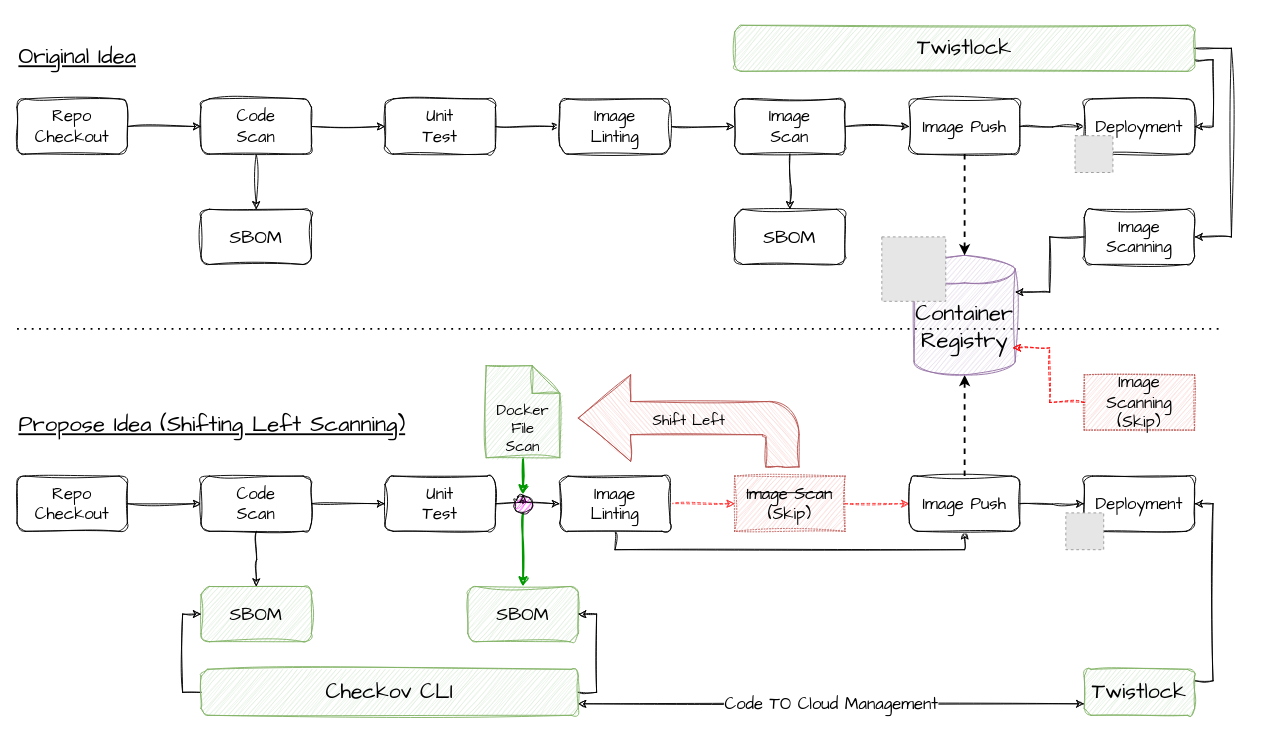
Above: page "Vulnerability Database" (5 of 5) of Prisma Cloud - DevSecOps Vulnerability Management Flow.drawio in billhoph/whiteboards (draw.io), before the change. Source tidied: cells renumbered, new cells numbered last; positions are measured from the earlier drawing's top-left corner, leaving out a move shared by most shapes. Both pictures are drawn from the tidied source at 92%, with x=0, y=0 at pixel (17, 25). Pictures stored in the file or linked from it are replaced by grey dashed boxes.
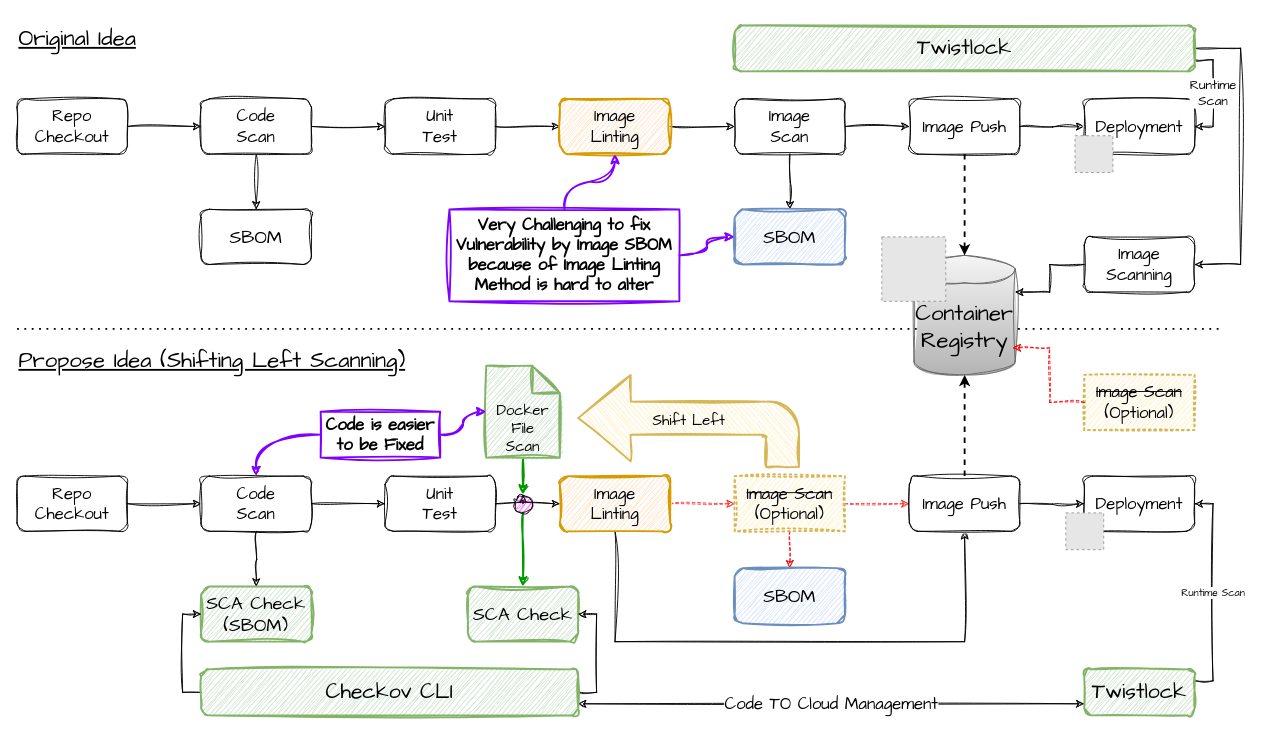
Above is the later version.

Unchanged cells that the change refers to:
```xml
<mxCell id="6" value="Code&lt;div&gt;Scan&lt;/div&gt;" style="rounded=1;whiteSpace=wrap;html=1;sketch=1;hachureGap=4;jiggle=2;curveFitting=1;fontFamily=Architects Daughter;fontSize=18;" parent="1" vertex="1">
  <mxGeometry x="200" y="490" width="120" height="60" as="geometry" />
</mxCell>
<mxCell id="36" value="Image Push" style="rounded=1;whiteSpace=wrap;html=1;sketch=1;hachureGap=4;jiggle=2;curveFitting=1;fontFamily=Architects Daughter;fontSize=18;" parent="1" vertex="1">
  <mxGeometry x="970" y="490" width="120" height="60" as="geometry" />
</mxCell>
<mxCell id="39" value="Deployment" style="rounded=1;whiteSpace=wrap;html=1;sketch=1;hachureGap=4;jiggle=2;curveFitting=1;fontFamily=Architects Daughter;fontSize=18;" parent="1" vertex="1">
  <mxGeometry x="1160" y="80" width="120" height="60" as="geometry" />
</mxCell>
<mxCell id="40" value="Deployment" style="rounded=1;whiteSpace=wrap;html=1;sketch=1;hachureGap=4;jiggle=2;curveFitting=1;fontFamily=Architects Daughter;fontSize=18;" parent="1" vertex="1">
  <mxGeometry x="1160" y="490" width="120" height="60" as="geometry" />
</mxCell>
```

Change to the diagram source:
```diff
@@
     <mxCell id="10" style="edgeStyle=orthogonalEdgeStyle;rounded=0;sketch=1;hachureGap=4;jiggle=2;curveFitting=1;jettySize=auto;html=1;exitX=0.5;exitY=1;exitDx=0;exitDy=0;entryX=0.5;entryY=1;entryDx=0;entryDy=0;fontFamily=Architects Daughter;" parent="1" edge="1" source="11" target="36">
-      <mxGeometry relative="1" as="geometry" />
+      <mxGeometry relative="1" as="geometry">
+        <Array as="points">
+          <mxPoint x="650" y="670" />
+          <mxPoint x="1030" y="670" />
+        </Array>
+      </mxGeometry>
     </mxCell>
-    <mxCell id="11" value="Image&lt;div&gt;Linting&lt;/div&gt;" style="rounded=1;whiteSpace=wrap;html=1;sketch=1;hachureGap=4;jiggle=2;curveFitting=1;fontFamily=Architects Daughter;fontSize=18;" parent="1" vertex="1">
+    <mxCell id="11" value="Image&lt;div&gt;Linting&lt;/div&gt;" style="rounded=1;whiteSpace=wrap;html=1;sketch=1;hachureGap=4;jiggle=2;curveFitting=1;fontFamily=Architects Daughter;fontSize=18;fillColor=#ffe6cc;strokeColor=#d79b00;strokeWidth=2;" parent="1" vertex="1">
       <mxGeometry x="590" y="490" width="120" height="60" as="geometry" />
     </mxCell>
@@
+    <mxCell id="64" style="edgeStyle=orthogonalEdgeStyle;rounded=0;sketch=1;hachureGap=4;jiggle=2;curveFitting=1;jettySize=auto;html=1;exitX=0.5;exitY=1;exitDx=0;exitDy=0;fontFamily=Architects Daughter;strokeColor=#FF0000;dashed=1;" parent="1" edge="1" source="13" target="68">
+      <mxGeometry relative="1" as="geometry" />
+    </mxCell>
-    <mxCell id="13" value="&lt;strike&gt;Image Scan&lt;br&gt;&lt;/strike&gt;(Skip)" style="rounded=0;whiteSpace=wrap;html=1;sketch=1;hachureGap=4;jiggle=2;curveFitting=1;fontFamily=Architects Daughter;fontSize=18;fillColor=#f8cecc;strokeColor=#b85450;dashed=1;dashPattern=1 2;" parent="1" vertex="1">
+    <mxCell id="13" value="&lt;strike&gt;Image Scan&lt;br&gt;&lt;/strike&gt;(Optional)" style="rounded=0;whiteSpace=wrap;html=1;sketch=1;hachureGap=4;jiggle=2;curveFitting=1;fontFamily=Architects Daughter;fontSize=18;fillColor=#fff2cc;strokeColor=#d6b656;dashed=1;dashPattern=1 2;strokeWidth=2;" parent="1" vertex="1">
       <mxGeometry x="780" y="490" width="120" height="60" as="geometry" />
     </mxCell>
@@
-    <mxCell id="22" value="Image&lt;div&gt;Linting&lt;/div&gt;" style="rounded=1;whiteSpace=wrap;html=1;sketch=1;hachureGap=4;jiggle=2;curveFitting=1;fontFamily=Architects Daughter;fontSize=18;" parent="1" vertex="1">
+    <mxCell id="22" value="Image&lt;div&gt;Linting&lt;/div&gt;" style="rounded=1;whiteSpace=wrap;html=1;sketch=1;hachureGap=4;jiggle=2;curveFitting=1;fontFamily=Architects Daughter;fontSize=18;fillColor=#ffe6cc;strokeColor=#d79b00;strokeWidth=2;" parent="1" vertex="1">
       <mxGeometry x="590" y="80" width="120" height="60" as="geometry" />
     </mxCell>
@@
-    <mxCell id="27" value="SBOM" style="rounded=1;whiteSpace=wrap;html=1;sketch=1;hachureGap=4;jiggle=2;curveFitting=1;fontFamily=Architects Daughter;fontSize=20;fillColor=#d5e8d4;strokeColor=#82b366;" parent="1" vertex="1">
+    <mxCell id="27" value="SCA Check&lt;div&gt;(SBOM)&lt;/div&gt;" style="rounded=1;whiteSpace=wrap;html=1;sketch=1;hachureGap=4;jiggle=2;curveFitting=1;fontFamily=Architects Daughter;fontSize=20;fillColor=#d5e8d4;strokeColor=#82b366;strokeWidth=2;" parent="1" vertex="1">
       <mxGeometry x="200" y="610" width="120" height="60" as="geometry" />
     </mxCell>
@@
-    <mxCell id="29" value="SBOM" style="rounded=1;whiteSpace=wrap;html=1;sketch=1;hachureGap=4;jiggle=2;curveFitting=1;fontFamily=Architects Daughter;fontSize=20;" parent="1" vertex="1">
+    <mxCell id="29" value="SBOM" style="rounded=1;whiteSpace=wrap;html=1;sketch=1;hachureGap=4;jiggle=2;curveFitting=1;fontFamily=Architects Daughter;fontSize=20;fillColor=#dae8fc;strokeColor=#6c8ebf;strokeWidth=2;" parent="1" vertex="1">
       <mxGeometry x="780" y="200" width="120" height="60" as="geometry" />
     </mxCell>
@@
-    <mxCell id="31" value="SBOM" style="rounded=1;whiteSpace=wrap;html=1;sketch=1;hachureGap=4;jiggle=2;curveFitting=1;fontFamily=Architects Daughter;fontSize=20;fillColor=#d5e8d4;strokeColor=#82b366;" parent="1" vertex="1">
+    <mxCell id="31" value="SCA Check" style="rounded=1;whiteSpace=wrap;html=1;sketch=1;hachureGap=4;jiggle=2;curveFitting=1;fontFamily=Architects Daughter;fontSize=20;fillColor=#d5e8d4;strokeColor=#82b366;strokeWidth=2;" parent="1" vertex="1">
       <mxGeometry x="490" y="610" width="120" height="60" as="geometry" />
     </mxCell>
@@
-    <mxCell id="33" value="Docker&lt;div style=&quot;font-size: 16px;&quot;&gt;File&lt;/div&gt;&lt;div style=&quot;font-size: 16px;&quot;&gt;Scan&lt;/div&gt;" style="shape=note;whiteSpace=wrap;html=1;backgroundOutline=1;darkOpacity=0.05;sketch=1;hachureGap=4;jiggle=2;curveFitting=1;fontFamily=Architects Daughter;fontSize=16;verticalAlign=bottom;fillColor=#d5e8d4;strokeColor=#82b366;" parent="1" vertex="1">
+    <mxCell id="33" value="Docker&lt;div style=&quot;font-size: 16px;&quot;&gt;File&lt;/div&gt;&lt;div style=&quot;font-size: 16px;&quot;&gt;Scan&lt;/div&gt;" style="shape=note;whiteSpace=wrap;html=1;backgroundOutline=1;darkOpacity=0.05;sketch=1;hachureGap=4;jiggle=2;curveFitting=1;fontFamily=Architects Daughter;fontSize=16;verticalAlign=bottom;fillColor=#d5e8d4;strokeColor=#82b366;strokeWidth=2;" parent="1" vertex="1">
       <mxGeometry x="510" y="370" width="80" height="100" as="geometry" />
     </mxCell>
@@
-    <mxCell id="41" value="&lt;div&gt;Container&lt;/div&gt;Registry" style="shape=cylinder3;whiteSpace=wrap;html=1;boundedLbl=1;backgroundOutline=1;size=15;sketch=1;hachureGap=4;jiggle=2;curveFitting=1;fontFamily=Architects Daughter;fontSize=24;fillColor=#e1d5e7;strokeColor=#9673a6;" parent="1" vertex="1">
+    <mxCell id="41" value="&lt;div&gt;Container&lt;/div&gt;Registry" style="shape=cylinder3;whiteSpace=wrap;html=1;boundedLbl=1;backgroundOutline=1;size=15;sketch=1;hachureGap=4;jiggle=2;curveFitting=1;fontFamily=Architects Daughter;fontSize=24;fillColor=#f5f5f5;strokeColor=#666666;gradientColor=#b3b3b3;" parent="1" vertex="1">
       <mxGeometry x="975" y="250" width="110" height="130" as="geometry" />
     </mxCell>
@@
-    <mxCell id="48" value="Checkov CLI" style="rounded=1;whiteSpace=wrap;html=1;sketch=1;hachureGap=4;jiggle=2;curveFitting=1;fontFamily=Architects Daughter;fontSize=23;fillColor=#d5e8d4;strokeColor=#82b366;" parent="1" vertex="1">
+    <mxCell id="48" value="Checkov CLI" style="rounded=1;whiteSpace=wrap;html=1;sketch=1;hachureGap=4;jiggle=2;curveFitting=1;fontFamily=Architects Daughter;fontSize=23;fillColor=#d5e8d4;strokeColor=#82b366;strokeWidth=2;" parent="1" vertex="1">
       <mxGeometry x="200" y="700" width="410" height="50" as="geometry" />
     </mxCell>
     <mxCell id="49" value="Original Idea" style="text;html=1;align=left;verticalAlign=middle;whiteSpace=wrap;rounded=0;fontFamily=Architects Daughter;fontSize=24;fontStyle=4;" parent="1" vertex="1">
-      <mxGeometry y="10" width="180" height="50" as="geometry" />
+      <mxGeometry y="-10" width="180" height="50" as="geometry" />
     </mxCell>
     <mxCell id="50" value="Propose Idea (Shifting Left Scanning)" style="text;html=1;align=left;verticalAlign=middle;whiteSpace=wrap;rounded=0;fontFamily=Architects Daughter;fontSize=24;fontStyle=4;" parent="1" vertex="1">
-      <mxGeometry y="410" width="430" height="50" as="geometry" />
+      <mxGeometry y="340" width="430" height="50" as="geometry" />
     </mxCell>
     <mxCell id="51" value="Image Scanning" style="rounded=1;whiteSpace=wrap;html=1;sketch=1;hachureGap=4;jiggle=2;curveFitting=1;fontFamily=Architects Daughter;fontSize=18;" parent="1" vertex="1">
-      <mxGeometry x="1160" y="200" width="120" height="60" as="geometry" />
+      <mxGeometry x="1160" y="230" width="120" height="60" as="geometry" />
     </mxCell>
@@
-    <mxCell id="53" value="Image Scanning&lt;br&gt;(Skip)" style="rounded=0;whiteSpace=wrap;html=1;sketch=1;hachureGap=4;jiggle=2;curveFitting=1;fontFamily=Architects Daughter;fontSize=18;fillColor=#f8cecc;strokeColor=#b85450;dashed=1;dashPattern=1 2;" parent="1" vertex="1">
+    <mxCell id="53" value="&lt;strike&gt;Image Scan&lt;br&gt;&lt;/strike&gt;(Optional)" style="rounded=0;whiteSpace=wrap;html=1;sketch=1;hachureGap=4;jiggle=2;curveFitting=1;fontFamily=Architects Daughter;fontSize=18;fillColor=#fff2cc;strokeColor=#d6b656;dashed=1;dashPattern=1 2;strokeWidth=2;" parent="1" vertex="1">
       <mxGeometry x="1160" y="380" width="120" height="60" as="geometry" />
     </mxCell>
@@
-    <mxCell id="55" value="&lt;font style=&quot;font-size: 16px;&quot;&gt;Shift Left&lt;/font&gt;" style="html=1;shadow=0;dashed=0;align=center;verticalAlign=middle;shape=mxgraph.arrows2.bendArrow;dy=18;dx=57;notch=0;arrowHead=94;rounded=1;sketch=1;hachureGap=4;jiggle=2;curveFitting=1;fontFamily=Architects Daughter;flipH=1;fillColor=#f8cecc;strokeColor=#b85450;" parent="1" vertex="1">
+    <mxCell id="55" value="&lt;font style=&quot;font-size: 16px;&quot;&gt;Shift Left&lt;/font&gt;" style="html=1;shadow=0;dashed=0;align=center;verticalAlign=middle;shape=mxgraph.arrows2.bendArrow;dy=18;dx=57;notch=0;arrowHead=94;rounded=1;sketch=1;hachureGap=4;jiggle=2;curveFitting=1;fontFamily=Architects Daughter;flipH=1;fillColor=#fff2cc;strokeColor=#d6b656;strokeWidth=2;" parent="1" vertex="1">
       <mxGeometry x="610" y="380" width="240" height="100" as="geometry" />
     </mxCell>
-    <mxCell id="56" style="edgeStyle=orthogonalEdgeStyle;rounded=0;sketch=1;hachureGap=4;jiggle=2;curveFitting=1;jettySize=auto;html=1;exitX=1;exitY=0.25;exitDx=0;exitDy=0;entryX=1;entryY=0.5;entryDx=0;entryDy=0;fontFamily=Architects Daughter;" parent="1" edge="1" source="57" target="40">
+    <mxCell id="56" value="Runtime Scan" style="edgeStyle=orthogonalEdgeStyle;rounded=0;sketch=1;hachureGap=4;jiggle=2;curveFitting=1;jettySize=auto;html=1;exitX=1;exitY=0.25;exitDx=0;exitDy=0;entryX=1;entryY=0.5;entryDx=0;entryDy=0;fontFamily=Architects Daughter;" parent="1" edge="1" source="57" target="40">
       <mxGeometry relative="1" as="geometry" />
     </mxCell>
-    <mxCell id="57" value="Twistlock" style="rounded=1;whiteSpace=wrap;html=1;sketch=1;hachureGap=4;jiggle=2;curveFitting=1;fontFamily=Architects Daughter;fontSize=23;fillColor=#d5e8d4;strokeColor=#82b366;" parent="1" vertex="1">
+    <mxCell id="57" value="Twistlock" style="rounded=1;whiteSpace=wrap;html=1;sketch=1;hachureGap=4;jiggle=2;curveFitting=1;fontFamily=Architects Daughter;fontSize=23;fillColor=#d5e8d4;strokeColor=#82b366;strokeWidth=2;" parent="1" vertex="1">
       <mxGeometry x="1160" y="700" width="120" height="50" as="geometry" />
     </mxCell>
-    <mxCell id="58" style="edgeStyle=orthogonalEdgeStyle;rounded=0;sketch=1;hachureGap=4;jiggle=2;curveFitting=1;jettySize=auto;html=1;exitX=1;exitY=0.75;exitDx=0;exitDy=0;entryX=1;entryY=0.5;entryDx=0;entryDy=0;fontFamily=Architects Daughter;" parent="1" edge="1" source="60" target="39">
+    <mxCell id="58" value="&lt;font style=&quot;font-size: 14px;&quot;&gt;Runtime&lt;/font&gt;&lt;div style=&quot;font-size: 14px;&quot;&gt;&lt;font style=&quot;font-size: 14px;&quot;&gt;Scan&lt;/font&gt;&lt;/div&gt;" style="edgeStyle=orthogonalEdgeStyle;rounded=0;sketch=1;hachureGap=4;jiggle=2;curveFitting=1;jettySize=auto;html=1;exitX=1;exitY=0.75;exitDx=0;exitDy=0;entryX=1;entryY=0.5;entryDx=0;entryDy=0;fontFamily=Architects Daughter;" parent="1" edge="1" source="60" target="39">
       <mxGeometry relative="1" as="geometry" />
     </mxCell>
     <mxCell id="59" style="edgeStyle=orthogonalEdgeStyle;rounded=0;sketch=1;hachureGap=4;jiggle=2;curveFitting=1;jettySize=auto;html=1;exitX=1;exitY=0.5;exitDx=0;exitDy=0;entryX=1;entryY=0.5;entryDx=0;entryDy=0;fontFamily=Architects Daughter;" parent="1" edge="1" source="60" target="51">
       <mxGeometry relative="1" as="geometry">
         <Array as="points">
-          <mxPoint x="1320" y="25" />
-          <mxPoint x="1320" y="230" />
+          <mxPoint x="1330" y="25" />
+          <mxPoint x="1330" y="260" />
         </Array>
       </mxGeometry>
     </mxCell>
-    <mxCell id="60" value="Twistlock" style="rounded=1;whiteSpace=wrap;html=1;sketch=1;hachureGap=4;jiggle=2;curveFitting=1;fontFamily=Architects Daughter;fontSize=23;fillColor=#d5e8d4;strokeColor=#82b366;" parent="1" vertex="1">
+    <mxCell id="60" value="Twistlock" style="rounded=1;whiteSpace=wrap;html=1;sketch=1;hachureGap=4;jiggle=2;curveFitting=1;fontFamily=Architects Daughter;fontSize=23;fillColor=#d5e8d4;strokeColor=#82b366;strokeWidth=2;" parent="1" vertex="1">
       <mxGeometry x="780" width="500" height="50" as="geometry" />
     </mxCell>
@@
+    <mxCell id="65" style="edgeStyle=orthogonalEdgeStyle;rounded=0;sketch=1;hachureGap=4;jiggle=2;curveFitting=1;jettySize=auto;html=1;entryX=0;entryY=0.5;entryDx=0;entryDy=0;fontFamily=Architects Daughter;curved=1;strokeColor=#7F00FF;strokeWidth=2;" parent="1" edge="1" source="67" target="29">
+      <mxGeometry relative="1" as="geometry" />
+    </mxCell>
+    <mxCell id="66" style="edgeStyle=orthogonalEdgeStyle;rounded=0;sketch=1;hachureGap=4;jiggle=2;curveFitting=1;jettySize=auto;html=1;entryX=0.5;entryY=1;entryDx=0;entryDy=0;fontFamily=Architects Daughter;curved=1;strokeColor=#7F00FF;strokeWidth=2;" parent="1" edge="1" source="67" target="22">
+      <mxGeometry relative="1" as="geometry" />
+    </mxCell>
+    <mxCell id="67" value="Very Challenging to fix Vulnerability by Image SBOM because of Image Linting Method is hard to alter" style="text;html=1;align=center;verticalAlign=middle;whiteSpace=wrap;rounded=0;fontFamily=Architects Daughter;fontStyle=1;fontSize=18;strokeColor=#7F00FF;strokeWidth=2;sketch=1;curveFitting=1;jiggle=2;" parent="1" vertex="1">
+      <mxGeometry x="470" y="200" width="250" height="100" as="geometry" />
+    </mxCell>
+    <mxCell id="68" value="SBOM" style="rounded=1;whiteSpace=wrap;html=1;sketch=1;hachureGap=4;jiggle=2;curveFitting=1;fontFamily=Architects Daughter;fontSize=20;fillColor=#dae8fc;strokeColor=#6c8ebf;strokeWidth=2;" parent="1" vertex="1">
+      <mxGeometry x="780" y="590" width="120" height="60" as="geometry" />
+    </mxCell>
+    <mxCell id="69" value="Code is easier to be Fixed" style="text;html=1;align=center;verticalAlign=middle;whiteSpace=wrap;rounded=0;fontFamily=Architects Daughter;fontStyle=1;fontSize=18;strokeColor=#7F00FF;strokeWidth=2;sketch=1;curveFitting=1;jiggle=2;" parent="1" vertex="1">
+      <mxGeometry x="330" y="420" width="130" height="50" as="geometry" />
+    </mxCell>
+    <mxCell id="70" style="edgeStyle=orthogonalEdgeStyle;curved=1;rounded=0;sketch=1;hachureGap=4;jiggle=2;curveFitting=1;jettySize=auto;html=1;exitX=0;exitY=0.5;exitDx=0;exitDy=0;entryX=0.5;entryY=0;entryDx=0;entryDy=0;strokeColor=#7F00FF;strokeWidth=2;align=center;verticalAlign=middle;fontFamily=Architects Daughter;fontSize=11;fontColor=default;labelBackgroundColor=default;endArrow=classic;" parent="1" edge="1" source="69" target="6">
+      <mxGeometry relative="1" as="geometry" />
+    </mxCell>
+    <mxCell id="71" style="edgeStyle=orthogonalEdgeStyle;curved=1;rounded=0;sketch=1;hachureGap=4;jiggle=2;curveFitting=1;jettySize=auto;html=1;entryX=0;entryY=0.5;entryDx=0;entryDy=0;entryPerimeter=0;strokeColor=#7F00FF;strokeWidth=2;align=center;verticalAlign=middle;fontFamily=Architects Daughter;fontSize=11;fontColor=default;labelBackgroundColor=default;endArrow=classic;" parent="1" edge="1" source="69" target="33">
+      <mxGeometry relative="1" as="geometry" />
+    </mxCell>
```
